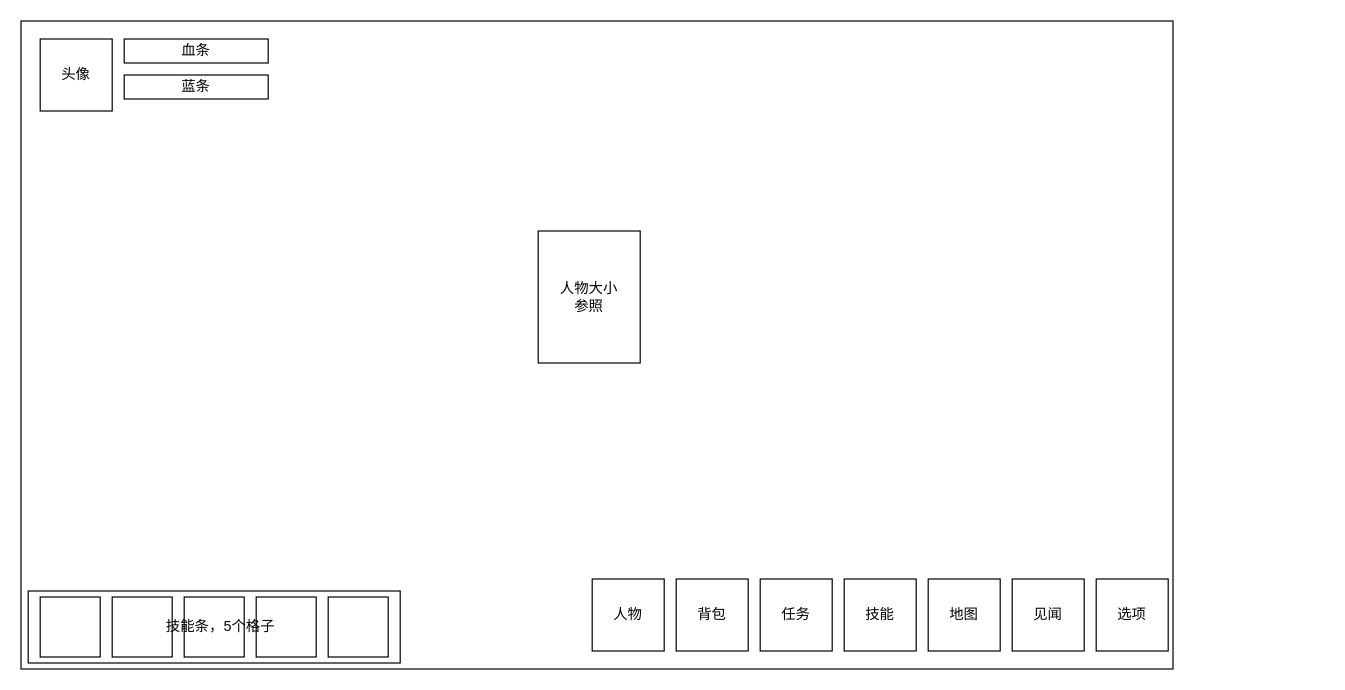
Above: ui_design.drawio in ssw940521/archerBackend (draw.io), before the change. Source tidied: cells renumbered, new cells numbered last; positions are measured from the earlier drawing's top-left corner, leaving out a move shared by most shapes. Both pictures are drawn from the tidied source at 120%, with x=0, y=0 at pixel (20, 20).
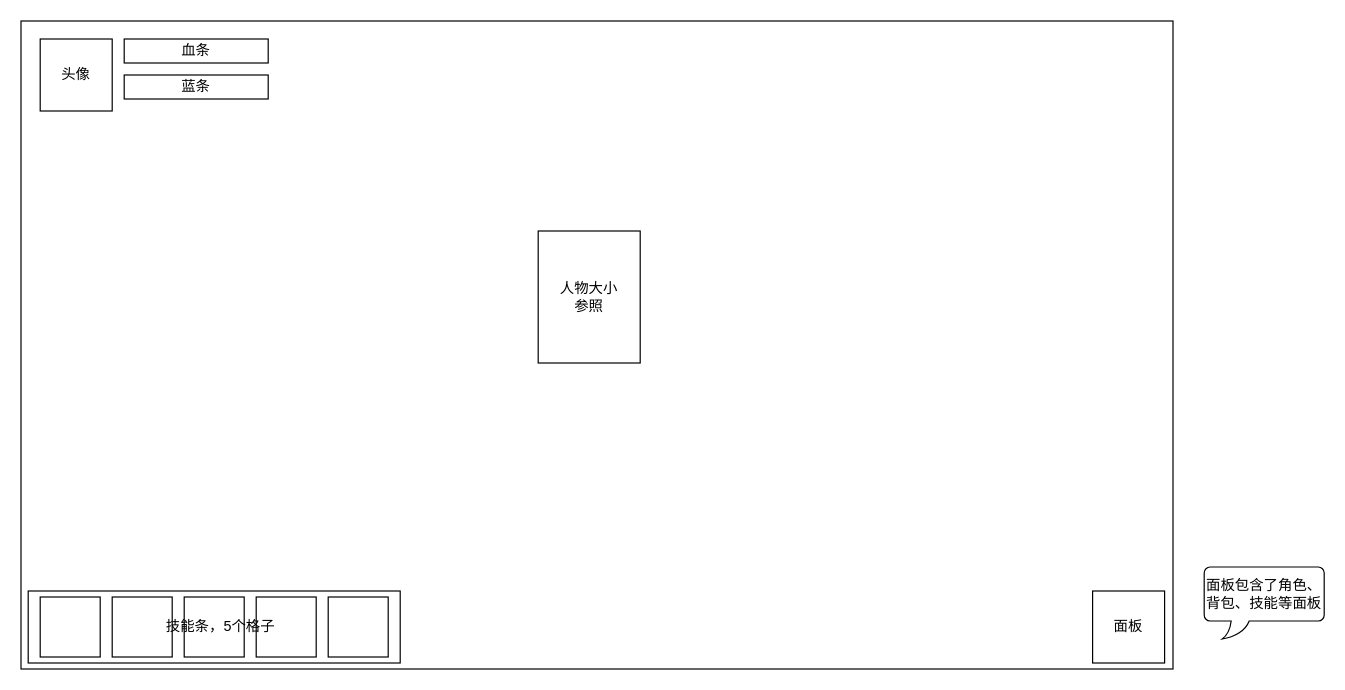
The same page after the edit.

Diff of the diagram source:
```diff
@@
-    <mxCell id="11" value="人物" style="rounded=0;whiteSpace=wrap;html=1;fillColor=none;" parent="1" vertex="1">
-      <mxGeometry x="476" y="465" width="60" height="60" as="geometry" />
+    <mxCell id="11" value="面板" style="rounded=0;whiteSpace=wrap;html=1;fillColor=none;" parent="1" vertex="1">
+      <mxGeometry x="893" y="475" width="60" height="60" as="geometry" />
     </mxCell>
-    <mxCell id="12" value="背包" style="rounded=0;whiteSpace=wrap;html=1;fillColor=none;" parent="1" vertex="1">
-      <mxGeometry x="546" y="465" width="60" height="60" as="geometry" />
-    </mxCell>
-    <mxCell id="13" value="技能" style="rounded=0;whiteSpace=wrap;html=1;fillColor=none;" parent="1" vertex="1">
-      <mxGeometry x="686" y="465" width="60" height="60" as="geometry" />
-    </mxCell>
-    <mxCell id="14" value="选项" style="rounded=0;whiteSpace=wrap;html=1;fillColor=none;" parent="1" vertex="1">
-      <mxGeometry x="896" y="465" width="60" height="60" as="geometry" />
-    </mxCell>
@@
-    <mxCell id="24" value="任务" style="rounded=0;whiteSpace=wrap;html=1;fillColor=none;" parent="1" vertex="1">
-      <mxGeometry x="616" y="465" width="60" height="60" as="geometry" />
-    </mxCell>
-    <mxCell id="25" value="地图" style="rounded=0;whiteSpace=wrap;html=1;fillColor=none;" parent="1" vertex="1">
-      <mxGeometry x="756" y="465" width="60" height="60" as="geometry" />
-    </mxCell>
-    <mxCell id="26" value="见闻" style="rounded=0;whiteSpace=wrap;html=1;fillColor=none;" parent="1" vertex="1">
-      <mxGeometry x="826" y="465" width="60" height="60" as="geometry" />
-    </mxCell>
+    <mxCell id="27" value="面板包含了角色、背包、技能等面板" style="whiteSpace=wrap;html=1;shape=mxgraph.basic.roundRectCallout;dx=30;dy=15;size=5;boundedLbl=1;" parent="1" vertex="1">
+      <mxGeometry x="986" y="455" width="100" height="60" as="geometry" />
+    </mxCell>
```
